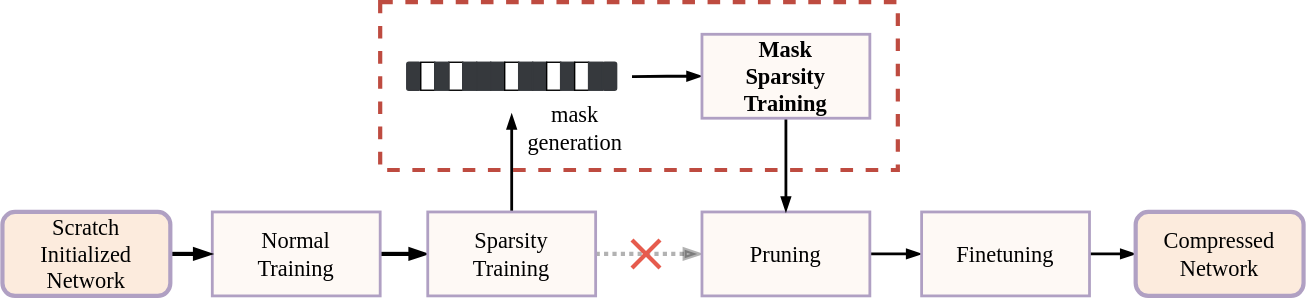
This is mask.svg from AAAAAAAyq/Personal-Studying, a draw.io export, as it was before one commit. Source tidied: cells renumbered, new cells last; positions are measured from the earlier drawing's top-left corner, leaving out a move shared by most shapes.
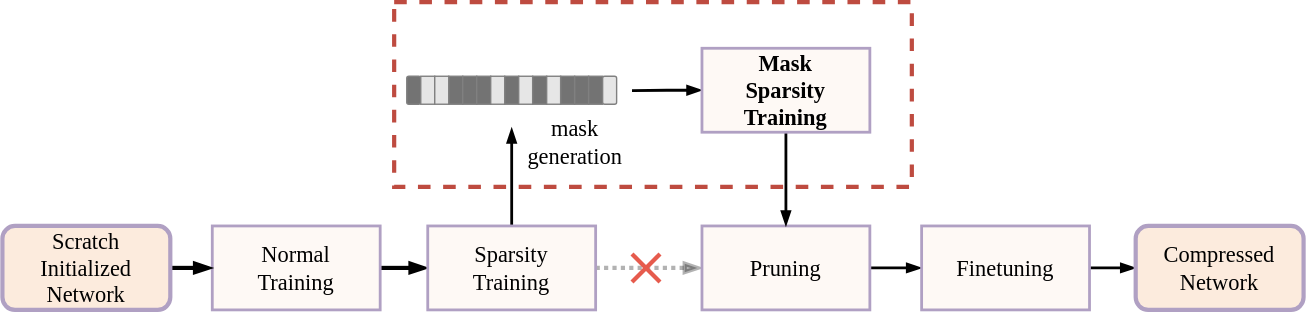
Above is the later version.

The edit, as a diff of the source:
```diff
@@ -3,7 +3,7 @@
     <mxCell id="0" />
     <mxCell id="1" parent="0" />
     <mxCell id="2" style="rounded=0;whiteSpace=wrap;html=1;shadow=0;glass=0;sketch=0;fontFamily=Times New Roman;fontSize=16;strokeWidth=3;gradientColor=#ffffff;fillColor=none;dashed=1;strokeColor=#BE4B40;" parent="1" vertex="1">
-      <mxGeometry x="270" width="370" height="120" as="geometry" />
+      <mxGeometry x="280" y="-10" width="370" height="132" as="geometry" />
     </mxCell>
     <mxCell id="3" style="edgeStyle=orthogonalEdgeStyle;rounded=0;jettySize=auto;html=1;exitX=1;exitY=0.5;exitDx=0;exitDy=0;entryX=0;entryY=0.5;entryDx=0;entryDy=0;fontFamily=Times New Roman;fontSize=16;endArrow=blockThin;endFill=1;strokeWidth=3;" parent="1" edge="1" source="4" target="7">
       <mxGeometry relative="1" as="geometry" />
@@ -66,49 +66,49 @@
         <mxPoint x="450" y="170" as="targetPoint" />
       </mxGeometry>
     </mxCell>
-    <mxCell id="20" style="whiteSpace=wrap;html=1;fontFamily=Times New Roman;fontSize=16;strokeWidth=1;" parent="1" vertex="1">
+    <mxCell id="20" style="whiteSpace=wrap;html=1;fontFamily=Times New Roman;fontSize=16;strokeWidth=1;strokeColor=#808080;fillColor=#737373;" parent="1" vertex="1">
       <mxGeometry x="319" y="43" width="10" height="20" as="geometry" />
     </mxCell>
-    <mxCell id="21" style="whiteSpace=wrap;html=1;fontFamily=Times New Roman;fontSize=16;strokeWidth=1;strokeColor=#36393D;fillColor=#36393D;" parent="1" vertex="1">
+    <mxCell id="21" style="whiteSpace=wrap;html=1;fontFamily=Times New Roman;fontSize=16;strokeWidth=1;strokeColor=#808080;fillColor=#737373;" parent="1" vertex="1">
       <mxGeometry x="329" y="43" width="10" height="20" as="geometry" />
     </mxCell>
-    <mxCell id="22" style="whiteSpace=wrap;html=1;fontFamily=Times New Roman;fontSize=16;strokeWidth=1;strokeColor=#36393D;fillColor=#36393D;" parent="1" vertex="1">
+    <mxCell id="22" style="whiteSpace=wrap;html=1;fontFamily=Times New Roman;fontSize=16;strokeWidth=1;strokeColor=#808080;fillColor=#737373;" parent="1" vertex="1">
       <mxGeometry x="339" y="43" width="10" height="20" as="geometry" />
     </mxCell>
-    <mxCell id="23" style="whiteSpace=wrap;html=1;fontFamily=Times New Roman;fontSize=16;strokeWidth=1;strokeColor=#36393D;fillColor=#36393D;" parent="1" vertex="1">
+    <mxCell id="23" style="whiteSpace=wrap;html=1;fontFamily=Times New Roman;fontSize=16;strokeWidth=1;strokeColor=#808080;fillColor=#E6E6E6;" parent="1" vertex="1">
       <mxGeometry x="349" y="43" width="10" height="20" as="geometry" />
     </mxCell>
-    <mxCell id="24" style="whiteSpace=wrap;html=1;fontFamily=Times New Roman;fontSize=16;strokeWidth=1;" parent="1" vertex="1">
+    <mxCell id="24" style="whiteSpace=wrap;html=1;fontFamily=Times New Roman;fontSize=16;strokeWidth=1;strokeColor=#808080;fillColor=#737373;" parent="1" vertex="1">
       <mxGeometry x="359" y="43" width="10" height="20" as="geometry" />
     </mxCell>
-    <mxCell id="25" style="whiteSpace=wrap;html=1;fontFamily=Times New Roman;fontSize=16;strokeWidth=1;strokeColor=#36393D;fillColor=#36393D;" parent="1" vertex="1">
+    <mxCell id="25" style="whiteSpace=wrap;html=1;fontFamily=Times New Roman;fontSize=16;strokeWidth=1;strokeColor=#808080;fillColor=#E6E6E6;" parent="1" vertex="1">
       <mxGeometry x="369" y="43" width="10" height="20" as="geometry" />
     </mxCell>
-    <mxCell id="26" style="whiteSpace=wrap;html=1;fontFamily=Times New Roman;fontSize=16;strokeWidth=1;strokeColor=#36393D;fillColor=#36393D;" parent="1" vertex="1">
+    <mxCell id="26" style="whiteSpace=wrap;html=1;fontFamily=Times New Roman;fontSize=16;strokeWidth=1;strokeColor=#808080;fillColor=#737373;" parent="1" vertex="1">
       <mxGeometry x="379" y="43" width="10" height="20" as="geometry" />
     </mxCell>
-    <mxCell id="27" style="whiteSpace=wrap;html=1;fontFamily=Times New Roman;fontSize=16;strokeWidth=1;" parent="1" vertex="1">
+    <mxCell id="27" style="whiteSpace=wrap;html=1;fontFamily=Times New Roman;fontSize=16;strokeWidth=1;strokeColor=#808080;fillColor=#E6E6E6;" parent="1" vertex="1">
       <mxGeometry x="389" y="43" width="10" height="20" as="geometry" />
     </mxCell>
-    <mxCell id="28" style="whiteSpace=wrap;html=1;fontFamily=Times New Roman;fontSize=16;strokeWidth=1;strokeColor=#36393D;fillColor=#36393D;" parent="1" vertex="1">
+    <mxCell id="28" style="whiteSpace=wrap;html=1;fontFamily=Times New Roman;fontSize=16;strokeWidth=1;strokeColor=#808080;fillColor=#737373;" parent="1" vertex="1">
       <mxGeometry x="399" y="43" width="10" height="20" as="geometry" />
     </mxCell>
-    <mxCell id="29" style="whiteSpace=wrap;html=1;fontFamily=Times New Roman;fontSize=16;strokeWidth=1;strokeColor=#36393D;rounded=1;fillColor=#36393D;" parent="1" vertex="1">
+    <mxCell id="29" style="whiteSpace=wrap;html=1;fontFamily=Times New Roman;fontSize=16;strokeWidth=1;rounded=1;strokeColor=#808080;fillColor=#737373;" parent="1" vertex="1">
       <mxGeometry x="289" y="43" width="10" height="20" as="geometry" />
     </mxCell>
-    <mxCell id="30" style="whiteSpace=wrap;html=1;fontFamily=Times New Roman;fontSize=16;strokeWidth=1;" parent="1" vertex="1">
+    <mxCell id="30" style="whiteSpace=wrap;html=1;fontFamily=Times New Roman;fontSize=16;strokeWidth=1;strokeColor=#808080;fillColor=#E6E6E6;" parent="1" vertex="1">
       <mxGeometry x="299" y="43" width="10" height="20" as="geometry" />
     </mxCell>
-    <mxCell id="31" style="whiteSpace=wrap;html=1;fontFamily=Times New Roman;fontSize=16;strokeWidth=1;strokeColor=#36393D;fillColor=#36393D;" parent="1" vertex="1">
+    <mxCell id="31" style="whiteSpace=wrap;html=1;fontFamily=Times New Roman;fontSize=16;strokeWidth=1;strokeColor=#808080;fillColor=#E6E6E6;" parent="1" vertex="1">
       <mxGeometry x="309" y="43" width="10" height="20" as="geometry" />
     </mxCell>
-    <mxCell id="32" style="whiteSpace=wrap;html=1;fontFamily=Times New Roman;fontSize=16;strokeWidth=1;" parent="1" vertex="1">
+    <mxCell id="32" style="whiteSpace=wrap;html=1;fontFamily=Times New Roman;fontSize=16;strokeWidth=1;strokeColor=#808080;fillColor=#737373;" parent="1" vertex="1">
       <mxGeometry x="409" y="43" width="10" height="20" as="geometry" />
     </mxCell>
-    <mxCell id="33" style="whiteSpace=wrap;html=1;fontFamily=Times New Roman;fontSize=16;strokeWidth=1;strokeColor=#36393D;fillColor=#36393D;" parent="1" vertex="1">
+    <mxCell id="33" style="whiteSpace=wrap;html=1;fontFamily=Times New Roman;fontSize=16;strokeWidth=1;strokeColor=#808080;fillColor=#737373;" parent="1" vertex="1">
       <mxGeometry x="419" y="43" width="10" height="20" as="geometry" />
     </mxCell>
-    <mxCell id="34" style="whiteSpace=wrap;html=1;fontFamily=Times New Roman;fontSize=16;strokeWidth=1;strokeColor=#36393D;rounded=1;glass=0;sketch=0;shadow=0;fillColor=#36393D;" parent="1" vertex="1">
+    <mxCell id="34" style="whiteSpace=wrap;html=1;fontFamily=Times New Roman;fontSize=16;strokeWidth=1;rounded=1;glass=0;sketch=0;shadow=0;strokeColor=#808080;fillColor=#E6E6E6;" parent="1" vertex="1">
       <mxGeometry x="429" y="43" width="10" height="20" as="geometry" />
     </mxCell>
     <mxCell id="35" value="mask&lt;br&gt;generation" style="text;html=1;align=center;verticalAlign=middle;strokeColor=none;fillColor=none;fontSize=16;fontFamily=Times New Roman;" parent="1" vertex="1">
```
